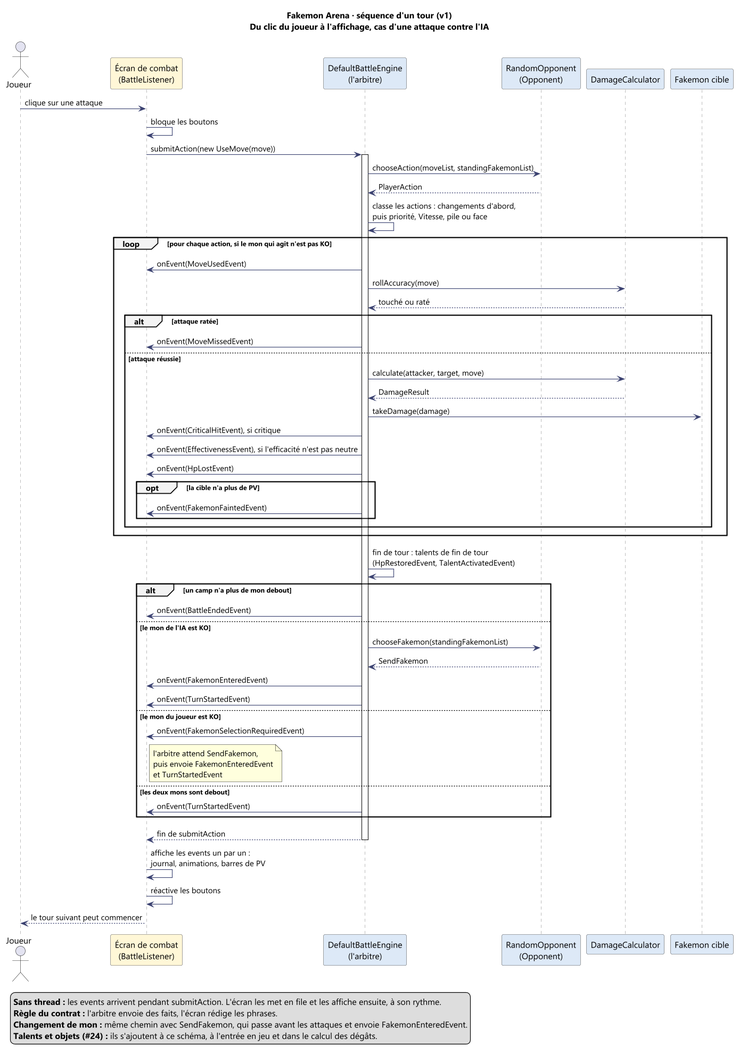
Above: docs/uml/sequence-tour.png in OnerAliCan/fakemon-arena (PlantUML), before the change. The source it was exported from:
```plantuml
@startuml sequence-tour
skinparam dpi 110
skinparam shadowing false
skinparam defaultFontName "Segoe UI"
skinparam ArrowColor #3A4170
skinparam sequence {
  ParticipantBackgroundColor #FFFFFF
  ParticipantBorderColor #555555
  LifeLineBorderColor #888888
  GroupBackgroundColor #F2F2F2
}
title Fakemon Arena · séquence d'un tour (v1)\nDu clic du joueur à l'affichage, cas d'une attaque contre l'IA

actor "Joueur" as Joueur
participant "Écran de combat\n(BattleListener)" as Ecran #FFF6D6
participant "DefaultBattleEngine\n(l'arbitre)" as Arbitre #DCE8F7
participant "RandomOpponent\n(Opponent)" as IA #DCE8F7
participant "DamageCalculator" as Calcul #DCE8F7
participant "Fakemon cible" as Cible #DCE8F7

Joueur -> Ecran : clique sur une attaque
Ecran -> Ecran : bloque les boutons
Ecran -> Arbitre : submitAction(new UseMove(move))
activate Arbitre
Arbitre -> IA : chooseAction(moveList, standingFakemonList)
IA --> Arbitre : PlayerAction
Arbitre -> Arbitre : classe les actions : changements d'abord,\npuis priorité, Vitesse, pile ou face

loop pour chaque action, si le mon qui agit n'est pas KO
  Arbitre -> Ecran : onEvent(MoveUsedEvent)
  Arbitre -> Calcul : rollAccuracy(move)
  Calcul --> Arbitre : touché ou raté
  alt attaque ratée
    Arbitre -> Ecran : onEvent(MoveMissedEvent)
  else attaque réussie
    Arbitre -> Calcul : calculate(attacker, target, move)
    Calcul --> Arbitre : DamageResult
    Arbitre -> Cible : takeDamage(damage)
    Arbitre -> Ecran : onEvent(CriticalHitEvent), si critique
    Arbitre -> Ecran : onEvent(EffectivenessEvent), si l'efficacité n'est pas neutre
    Arbitre -> Ecran : onEvent(HpLostEvent)
    opt la cible n'a plus de PV
      Arbitre -> Ecran : onEvent(FakemonFaintedEvent)
    end
  end
end

Arbitre -> Arbitre : fin de tour : talents de fin de tour\n(HpRestoredEvent, TalentActivatedEvent)

alt un camp n'a plus de mon debout
  Arbitre -> Ecran : onEvent(BattleEndedEvent)
else le mon de l'IA est KO
  Arbitre -> IA : chooseFakemon(standingFakemonList)
  IA --> Arbitre : SendFakemon
  Arbitre -> Ecran : onEvent(FakemonEnteredEvent)
  Arbitre -> Ecran : onEvent(TurnStartedEvent)
else le mon du joueur est KO
  Arbitre -> Ecran : onEvent(FakemonSelectionRequiredEvent)
  note right of Ecran : l'arbitre attend SendFakemon,\npuis envoie FakemonEnteredEvent\net TurnStartedEvent
else les deux mons sont debout
  Arbitre -> Ecran : onEvent(TurnStartedEvent)
end
Arbitre --> Ecran : fin de submitAction
deactivate Arbitre

Ecran -> Ecran : affiche les events un par un :\njournal, animations, barres de PV
Ecran -> Ecran : réactive les boutons
Ecran --> Joueur : le tour suivant peut commencer

legend bottom left
  <b>Sans thread :</b> les events arrivent pendant submitAction. L'écran les met en file et les affiche ensuite, à son rythme.
  <b>Règle du contrat :</b> l'arbitre envoie des faits, l'écran rédige les phrases.
  <b>Changement de mon :</b> même chemin avec SendFakemon, qui passe avant les attaques et envoie FakemonEnteredEvent.
  <b>Talents et objets (#24) :</b> ils s'ajoutent à ce schéma, à l'entrée en jeu et dans le calcul des dégâts.
endlegend
@enduml
```
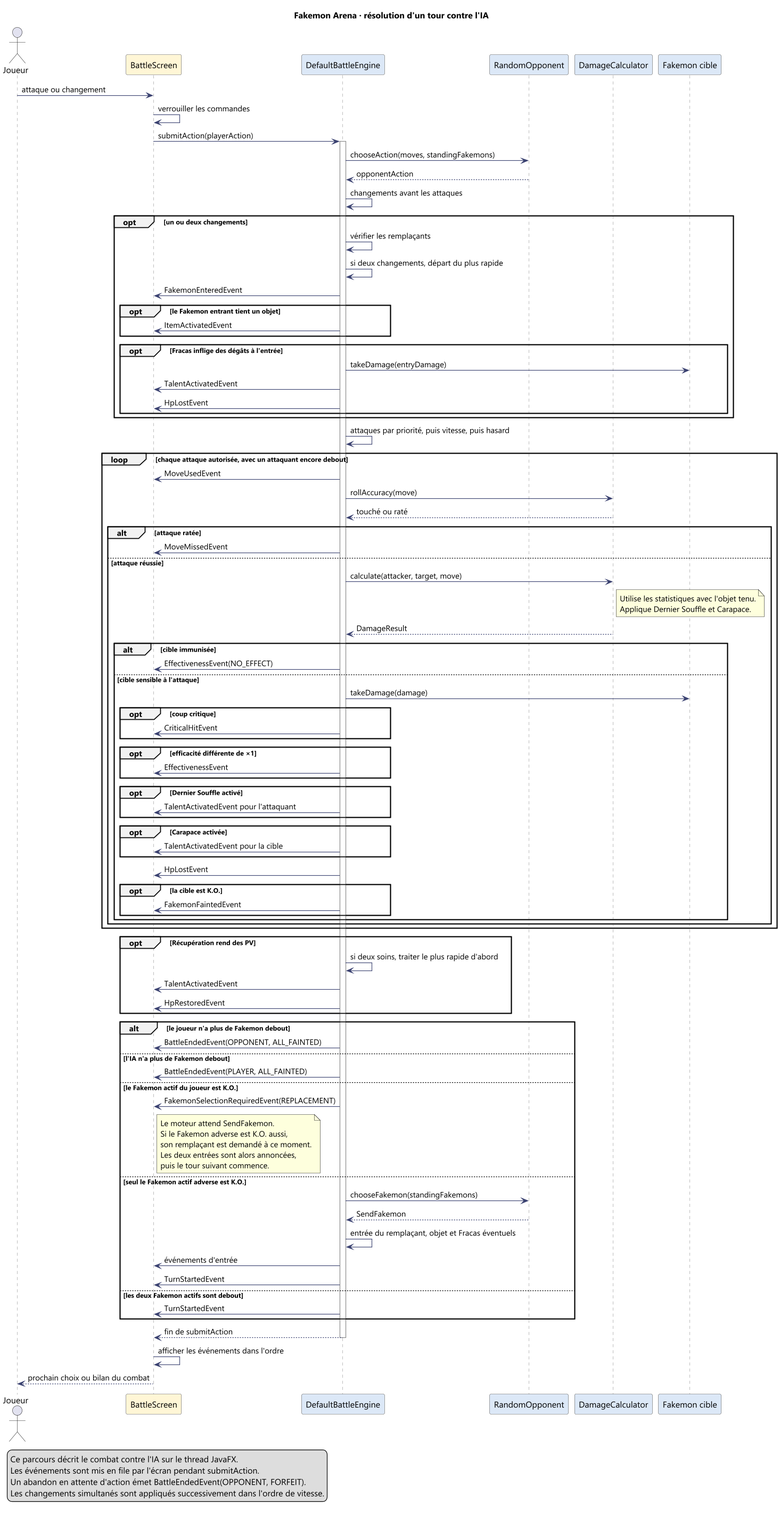
Above is the later version.

Diff of the diagram source:
```diff
@@ -9,68 +9,111 @@
   LifeLineBorderColor #888888
   GroupBackgroundColor #F2F2F2
 }
-title Fakemon Arena · séquence d'un tour (v1)\nDu clic du joueur à l'affichage, cas d'une attaque contre l'IA
+title Fakemon Arena · résolution d'un tour contre l'IA
 
-actor "Joueur" as Joueur
-participant "Écran de combat\n(BattleListener)" as Ecran #FFF6D6
-participant "DefaultBattleEngine\n(l'arbitre)" as Arbitre #DCE8F7
-participant "RandomOpponent\n(Opponent)" as IA #DCE8F7
+actor Joueur
+participant "BattleScreen" as Ecran #FFF6D6
+participant "DefaultBattleEngine" as Arbitre #DCE8F7
+participant "RandomOpponent" as IA #DCE8F7
 participant "DamageCalculator" as Calcul #DCE8F7
 participant "Fakemon cible" as Cible #DCE8F7
 
-Joueur -> Ecran : clique sur une attaque
-Ecran -> Ecran : bloque les boutons
-Ecran -> Arbitre : submitAction(new UseMove(move))
+Joueur -> Ecran : attaque ou changement
+Ecran -> Ecran : verrouiller les commandes
+Ecran -> Arbitre : submitAction(playerAction)
 activate Arbitre
-Arbitre -> IA : chooseAction(moveList, standingFakemonList)
-IA --> Arbitre : PlayerAction
-Arbitre -> Arbitre : classe les actions : changements d'abord,\npuis priorité, Vitesse, pile ou face
+Arbitre -> IA : chooseAction(moves, standingFakemons)
+IA --> Arbitre : opponentAction
+Arbitre -> Arbitre : changements avant les attaques
+opt un ou deux changements
+  Arbitre -> Arbitre : vérifier les remplaçants
+  Arbitre -> Arbitre : si deux changements, départ du plus rapide
+  Arbitre -> Ecran : FakemonEnteredEvent
+  opt le Fakemon entrant tient un objet
+    Arbitre -> Ecran : ItemActivatedEvent
+  end
+  opt Fracas inflige des dégâts à l'entrée
+    Arbitre -> Cible : takeDamage(entryDamage)
+    Arbitre -> Ecran : TalentActivatedEvent
+    Arbitre -> Ecran : HpLostEvent
+  end
+end
+Arbitre -> Arbitre : attaques par priorité, puis vitesse, puis hasard
 
-loop pour chaque action, si le mon qui agit n'est pas KO
-  Arbitre -> Ecran : onEvent(MoveUsedEvent)
+loop chaque attaque autorisée, avec un attaquant encore debout
+  Arbitre -> Ecran : MoveUsedEvent
   Arbitre -> Calcul : rollAccuracy(move)
   Calcul --> Arbitre : touché ou raté
   alt attaque ratée
-    Arbitre -> Ecran : onEvent(MoveMissedEvent)
+    Arbitre -> Ecran : MoveMissedEvent
   else attaque réussie
     Arbitre -> Calcul : calculate(attacker, target, move)
+    note right of Calcul
+      Utilise les statistiques avec l'objet tenu.
+      Applique Dernier Souffle et Carapace.
+    end note
     Calcul --> Arbitre : DamageResult
-    Arbitre -> Cible : takeDamage(damage)
-    Arbitre -> Ecran : onEvent(CriticalHitEvent), si critique
-    Arbitre -> Ecran : onEvent(EffectivenessEvent), si l'efficacité n'est pas neutre
-    Arbitre -> Ecran : onEvent(HpLostEvent)
-    opt la cible n'a plus de PV
-      Arbitre -> Ecran : onEvent(FakemonFaintedEvent)
+    alt cible immunisée
+      Arbitre -> Ecran : EffectivenessEvent(NO_EFFECT)
+    else cible sensible à l'attaque
+      Arbitre -> Cible : takeDamage(damage)
+      opt coup critique
+        Arbitre -> Ecran : CriticalHitEvent
+      end
+      opt efficacité différente de ×1
+        Arbitre -> Ecran : EffectivenessEvent
+      end
+      opt Dernier Souffle activé
+        Arbitre -> Ecran : TalentActivatedEvent pour l'attaquant
+      end
+      opt Carapace activée
+        Arbitre -> Ecran : TalentActivatedEvent pour la cible
+      end
+      Arbitre -> Ecran : HpLostEvent
+      opt la cible est K.O.
+        Arbitre -> Ecran : FakemonFaintedEvent
+      end
     end
   end
 end
 
-Arbitre -> Arbitre : fin de tour : talents de fin de tour\n(HpRestoredEvent, TalentActivatedEvent)
+opt Récupération rend des PV
+  Arbitre -> Arbitre : si deux soins, traiter le plus rapide d'abord
+  Arbitre -> Ecran : TalentActivatedEvent
+  Arbitre -> Ecran : HpRestoredEvent
+end
 
-alt un camp n'a plus de mon debout
-  Arbitre -> Ecran : onEvent(BattleEndedEvent)
-else le mon de l'IA est KO
-  Arbitre -> IA : chooseFakemon(standingFakemonList)
+alt le joueur n'a plus de Fakemon debout
+  Arbitre -> Ecran : BattleEndedEvent(OPPONENT, ALL_FAINTED)
+else l'IA n'a plus de Fakemon debout
+  Arbitre -> Ecran : BattleEndedEvent(PLAYER, ALL_FAINTED)
+else le Fakemon actif du joueur est K.O.
+  Arbitre -> Ecran : FakemonSelectionRequiredEvent(REPLACEMENT)
+  note right of Ecran
+    Le moteur attend SendFakemon.
+    Si le Fakemon adverse est K.O. aussi,
+    son remplaçant est demandé à ce moment.
+    Les deux entrées sont alors annoncées,
+    puis le tour suivant commence.
+  end note
+else seul le Fakemon actif adverse est K.O.
+  Arbitre -> IA : chooseFakemon(standingFakemons)
   IA --> Arbitre : SendFakemon
-  Arbitre -> Ecran : onEvent(FakemonEnteredEvent)
-  Arbitre -> Ecran : onEvent(TurnStartedEvent)
-else le mon du joueur est KO
-  Arbitre -> Ecran : onEvent(FakemonSelectionRequiredEvent)
-  note right of Ecran : l'arbitre attend SendFakemon,\npuis envoie FakemonEnteredEvent\net TurnStartedEvent
-else les deux mons sont debout
-  Arbitre -> Ecran : onEvent(TurnStartedEvent)
+  Arbitre -> Arbitre : entrée du remplaçant, objet et Fracas éventuels
+  Arbitre -> Ecran : événements d'entrée
+  Arbitre -> Ecran : TurnStartedEvent
+else les deux Fakemon actifs sont debout
+  Arbitre -> Ecran : TurnStartedEvent
 end
 Arbitre --> Ecran : fin de submitAction
 deactivate Arbitre
-
-Ecran -> Ecran : affiche les events un par un :\njournal, animations, barres de PV
-Ecran -> Ecran : réactive les boutons
-Ecran --> Joueur : le tour suivant peut commencer
+Ecran -> Ecran : afficher les événements dans l'ordre
+Ecran --> Joueur : prochain choix ou bilan du combat
 
 legend bottom left
-  <b>Sans thread :</b> les events arrivent pendant submitAction. L'écran les met en file et les affiche ensuite, à son rythme.
-  <b>Règle du contrat :</b> l'arbitre envoie des faits, l'écran rédige les phrases.
-  <b>Changement de mon :</b> même chemin avec SendFakemon, qui passe avant les attaques et envoie FakemonEnteredEvent.
-  <b>Talents et objets (#24) :</b> ils s'ajoutent à ce schéma, à l'entrée en jeu et dans le calcul des dégâts.
+  Ce parcours décrit le combat contre l'IA sur le thread JavaFX.
+  Les événements sont mis en file par l'écran pendant submitAction.
+  Un abandon en attente d'action émet BattleEndedEvent(OPPONENT, FORFEIT).
+  Les changements simultanés sont appliqués successivement dans l'ordre de vitesse.
 endlegend
 @enduml
```
